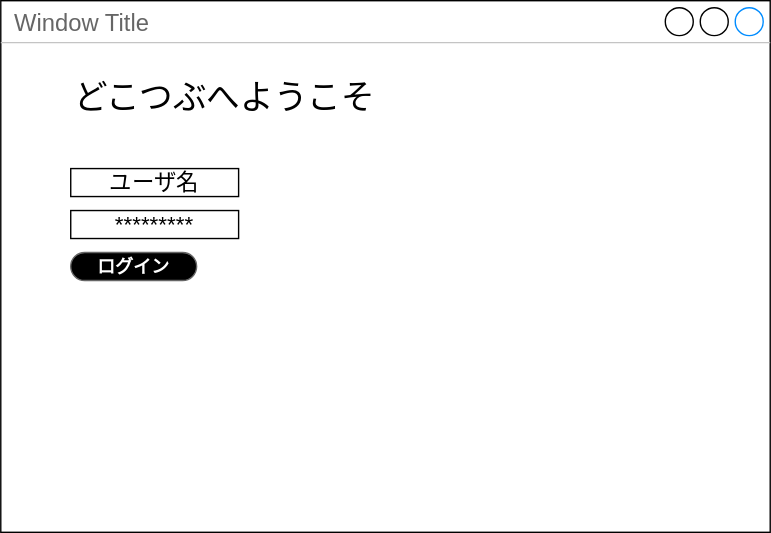
Before: 画面設計.drawio.svg, a diagram exported from draw.io (OsakiKCCS/sampleRepo). Source tidied: cells renumbered, new cells last; positions are measured from the earlier drawing's top-left corner, leaving out a move shared by most shapes. Source of this version:
```xml
<mxGraphModel>
  <root>
    <mxCell id="0" />
    <mxCell id="1" parent="0" />
    <mxCell id="2" value="Window Title" style="strokeWidth=1;shadow=0;dashed=0;align=center;html=1;shape=mxgraph.mockup.containers.window;align=left;verticalAlign=top;spacingLeft=8;strokeColor2=#008cff;strokeColor3=#c4c4c4;fontColor=#666666;mainText=;fontSize=17;labelBackgroundColor=none;whiteSpace=wrap;" parent="1" vertex="1">
      <mxGeometry width="550" height="380" as="geometry" />
    </mxCell>
    <mxCell id="3" value="&lt;font style=&quot;font-size: 24px;&quot;&gt;どこつぶへようこそ&lt;/font&gt;" style="text;strokeColor=none;align=center;fillColor=none;html=1;verticalAlign=middle;whiteSpace=wrap;rounded=0;" parent="1" vertex="1">
      <mxGeometry x="50" y="40" width="220" height="60" as="geometry" />
    </mxCell>
    <mxCell id="4" value="&lt;font style=&quot;font-size: 16px;&quot;&gt;ユーザ名&lt;/font&gt;" style="text;strokeColor=default;align=center;fillColor=none;html=1;verticalAlign=middle;whiteSpace=wrap;rounded=0;" parent="1" vertex="1">
      <mxGeometry x="50" y="120" width="120" height="20" as="geometry" />
    </mxCell>
    <mxCell id="5" value="&lt;span style=&quot;font-size: 16px;&quot;&gt;*********&lt;/span&gt;" style="text;strokeColor=default;align=center;fillColor=none;html=1;verticalAlign=middle;whiteSpace=wrap;rounded=0;" parent="1" vertex="1">
      <mxGeometry x="50" y="150" width="120" height="20" as="geometry" />
    </mxCell>
    <mxCell id="6" value="&lt;font style=&quot;font-size: 13px;&quot;&gt;ログイン&lt;/font&gt;" style="strokeWidth=1;shadow=0;dashed=0;align=center;html=1;shape=mxgraph.mockup.buttons.button;strokeColor=#666666;fontColor=#ffffff;mainText=;buttonStyle=round;fontSize=17;fontStyle=1;fillColor=#000000;whiteSpace=wrap;" parent="1" vertex="1">
      <mxGeometry x="50" y="180" width="90" height="20" as="geometry" />
    </mxCell>
  </root>
</mxGraphModel>
```
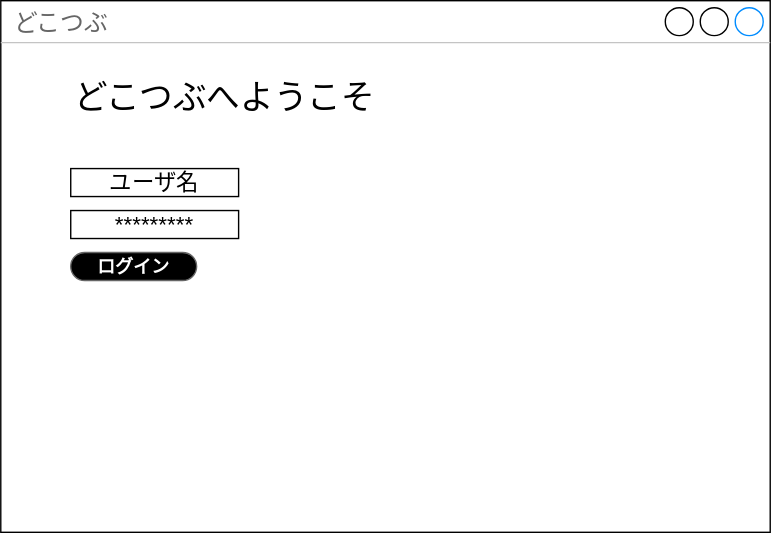
After the commit.

Commit message:
画面設計.drawio.svg を更新します

The edit, as a diff of the source:
```diff
@@ -2,7 +2,7 @@
   <root>
     <mxCell id="0" />
     <mxCell id="1" parent="0" />
-    <mxCell id="2" value="Window Title" style="strokeWidth=1;shadow=0;dashed=0;align=center;html=1;shape=mxgraph.mockup.containers.window;align=left;verticalAlign=top;spacingLeft=8;strokeColor2=#008cff;strokeColor3=#c4c4c4;fontColor=#666666;mainText=;fontSize=17;labelBackgroundColor=none;whiteSpace=wrap;" parent="1" vertex="1">
+    <mxCell id="2" value="どこつぶ" style="strokeWidth=1;shadow=0;dashed=0;align=center;html=1;shape=mxgraph.mockup.containers.window;align=left;verticalAlign=top;spacingLeft=8;strokeColor2=#008cff;strokeColor3=#c4c4c4;fontColor=#666666;mainText=;fontSize=17;labelBackgroundColor=none;whiteSpace=wrap;" parent="1" vertex="1">
       <mxGeometry width="550" height="380" as="geometry" />
     </mxCell>
     <mxCell id="3" value="&lt;font style=&quot;font-size: 24px;&quot;&gt;どこつぶへようこそ&lt;/font&gt;" style="text;strokeColor=none;align=center;fillColor=none;html=1;verticalAlign=middle;whiteSpace=wrap;rounded=0;" parent="1" vertex="1">
```
